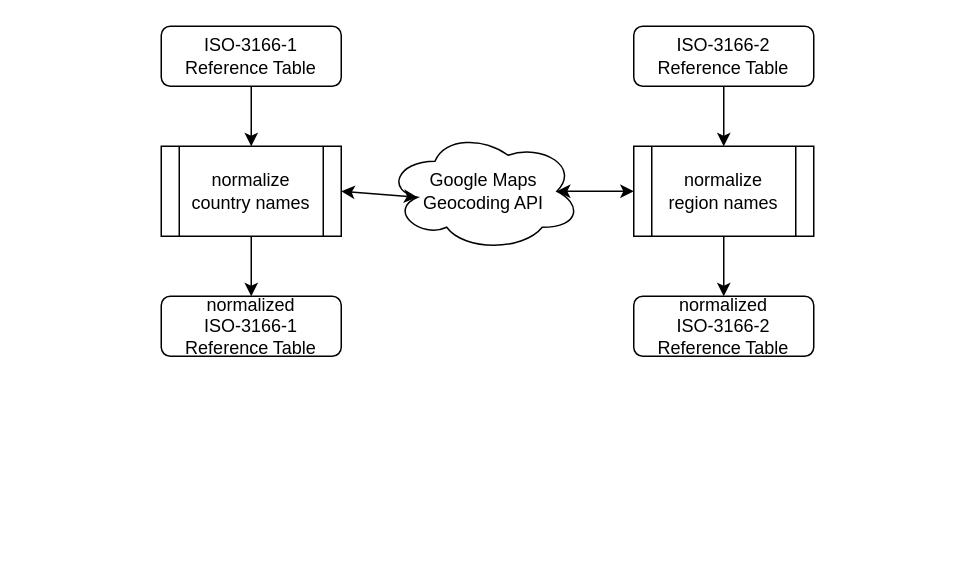
Earlier version of the draw.io diagram drawings/geocode_normalize.drawio (p-friedl/dataeng-capstone). Source tidied: cells renumbered, new cells numbered last; positions are measured from the earlier drawing's top-left corner, leaving out a move shared by most shapes. Both pictures are drawn from the tidied source at 150%, with x=0, y=0 at pixel (160, 26).
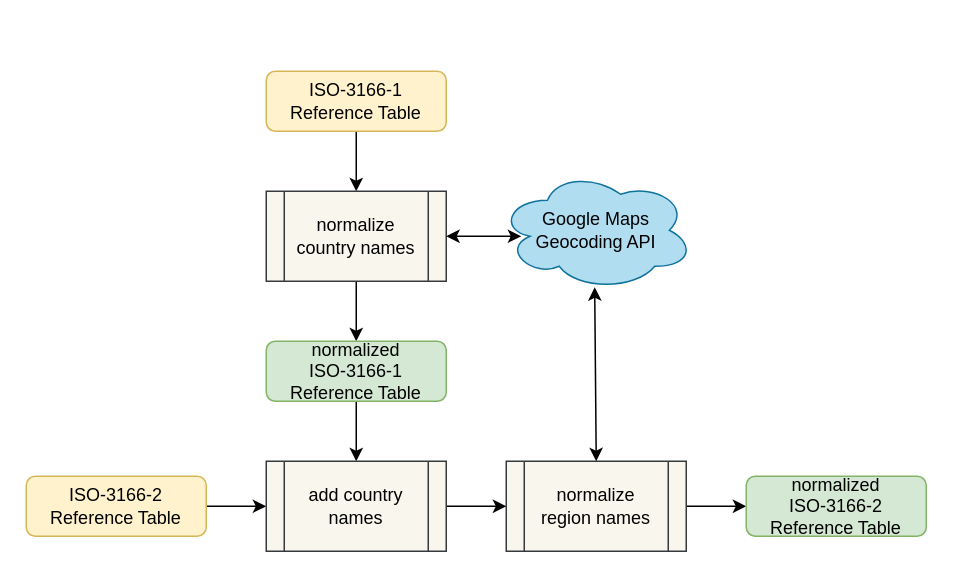
After the change.

What changed in the source:
```diff
@@
 <mxGraphModel>
   <root>
     <mxCell id="0" />
     <mxCell id="1" parent="0" />
     <mxCell id="2" style="edgeStyle=orthogonalEdgeStyle;rounded=0;jettySize=auto;html=1;exitX=0.5;exitY=1;exitDx=0;exitDy=0;entryX=0.5;entryY=0;entryDx=0;entryDy=0;" parent="1" edge="1" source="3" target="7">
       <mxGeometry relative="1" as="geometry" />
     </mxCell>
-    <mxCell id="3" value="ISO-3166-1 &lt;br&gt;Reference Table" style="rounded=1;whiteSpace=wrap;html=1;fontSize=12;glass=0;strokeWidth=1;shadow=0;" parent="1" vertex="1">
-      <mxGeometry width="120" height="40" as="geometry" />
+    <mxCell id="3" value="ISO-3166-1 &lt;br&gt;Reference Table" style="rounded=1;whiteSpace=wrap;html=1;fontSize=12;glass=0;strokeWidth=1;shadow=0;fillColor=#fff2cc;strokeColor=#d6b656;" parent="1" vertex="1">
+      <mxGeometry x="70" y="30" width="120" height="40" as="geometry" />
     </mxCell>
-    <mxCell id="4" style="edgeStyle=orthogonalEdgeStyle;rounded=0;jettySize=auto;html=1;exitX=0.5;exitY=1;exitDx=0;exitDy=0;entryX=0.5;entryY=0;entryDx=0;entryDy=0;" parent="1" edge="1" source="5" target="9">
-      <mxGeometry relative="1" as="geometry" />
-    </mxCell>
+    <mxCell id="15" style="edgeStyle=orthogonalEdgeStyle;rounded=0;jettySize=auto;html=1;" parent="1" edge="1" source="5" target="18">
+      <mxGeometry relative="1" as="geometry" />
+    </mxCell>
-    <mxCell id="5" value="ISO-3166-2 &lt;br&gt;Reference Table" style="rounded=1;whiteSpace=wrap;html=1;fontSize=12;glass=0;strokeWidth=1;shadow=0;" parent="1" vertex="1">
-      <mxGeometry x="315" width="120" height="40" as="geometry" />
+    <mxCell id="5" value="ISO-3166-2 &lt;br&gt;Reference Table" style="rounded=1;whiteSpace=wrap;html=1;fontSize=12;glass=0;strokeWidth=1;shadow=0;fillColor=#fff2cc;strokeColor=#d6b656;" parent="1" vertex="1">
+      <mxGeometry x="-90" y="300" width="120" height="40" as="geometry" />
     </mxCell>
     <mxCell id="6" style="edgeStyle=orthogonalEdgeStyle;rounded=0;jettySize=auto;html=1;exitX=0.5;exitY=1;exitDx=0;exitDy=0;entryX=0.5;entryY=0;entryDx=0;entryDy=0;" parent="1" edge="1" source="7" target="10">
       <mxGeometry relative="1" as="geometry" />
     </mxCell>
-    <mxCell id="7" value="normalize&lt;br&gt;country names" style="shape=process;whiteSpace=wrap;html=1;backgroundOutline=1;" parent="1" vertex="1">
-      <mxGeometry y="80" width="120" height="60" as="geometry" />
+    <mxCell id="7" value="normalize&lt;br&gt;country names" style="shape=process;whiteSpace=wrap;html=1;backgroundOutline=1;fillColor=#f9f7ed;strokeColor=#36393d;" parent="1" vertex="1">
+      <mxGeometry x="70" y="110" width="120" height="60" as="geometry" />
     </mxCell>
-    <mxCell id="8" style="edgeStyle=orthogonalEdgeStyle;rounded=0;jettySize=auto;html=1;exitX=0.5;exitY=1;exitDx=0;exitDy=0;entryX=0.5;entryY=0;entryDx=0;entryDy=0;" parent="1" edge="1" source="9" target="11">
+    <mxCell id="8" style="edgeStyle=orthogonalEdgeStyle;rounded=0;jettySize=auto;html=1;entryX=0;entryY=0.5;entryDx=0;entryDy=0;exitX=1;exitY=0.5;exitDx=0;exitDy=0;" parent="1" edge="1" source="9" target="11">
       <mxGeometry relative="1" as="geometry" />
     </mxCell>
-    <mxCell id="9" value="normalize&lt;br&gt;region names" style="shape=process;whiteSpace=wrap;html=1;backgroundOutline=1;" parent="1" vertex="1">
-      <mxGeometry x="315" y="80" width="120" height="60" as="geometry" />
+    <mxCell id="9" value="normalize&lt;br&gt;region names" style="shape=process;whiteSpace=wrap;html=1;backgroundOutline=1;fillColor=#f9f7ed;strokeColor=#36393d;" parent="1" vertex="1">
+      <mxGeometry x="230" y="290" width="120" height="60" as="geometry" />
     </mxCell>
+    <mxCell id="16" style="edgeStyle=orthogonalEdgeStyle;rounded=0;jettySize=auto;html=1;" parent="1" edge="1" source="10" target="18">
+      <mxGeometry relative="1" as="geometry" />
+    </mxCell>
-    <mxCell id="10" value="normalized&lt;br&gt;ISO-3166-1 &lt;br&gt;Reference Table" style="rounded=1;whiteSpace=wrap;html=1;fontSize=12;glass=0;strokeWidth=1;shadow=0;" parent="1" vertex="1">
-      <mxGeometry y="180" width="120" height="40" as="geometry" />
+    <mxCell id="10" value="normalized&lt;br&gt;ISO-3166-1 &lt;br&gt;Reference Table" style="rounded=1;whiteSpace=wrap;html=1;fontSize=12;glass=0;strokeWidth=1;shadow=0;fillColor=#d5e8d4;strokeColor=#82b366;" parent="1" vertex="1">
+      <mxGeometry x="70" y="210" width="120" height="40" as="geometry" />
     </mxCell>
-    <mxCell id="11" value="normalized&lt;br&gt;ISO-3166-2 &lt;br&gt;Reference Table" style="rounded=1;whiteSpace=wrap;html=1;fontSize=12;glass=0;strokeWidth=1;shadow=0;" parent="1" vertex="1">
-      <mxGeometry x="315" y="180" width="120" height="40" as="geometry" />
+    <mxCell id="11" value="normalized&lt;br&gt;ISO-3166-2 &lt;br&gt;Reference Table" style="rounded=1;whiteSpace=wrap;html=1;fontSize=12;glass=0;strokeWidth=1;shadow=0;fillColor=#d5e8d4;strokeColor=#82b366;" parent="1" vertex="1">
+      <mxGeometry x="390" y="300" width="120" height="40" as="geometry" />
     </mxCell>
-    <mxCell id="12" value="Google Maps&lt;br&gt;Geocoding API" style="ellipse;shape=cloud;whiteSpace=wrap;html=1;" parent="1" vertex="1">
-      <mxGeometry x="150" y="70" width="130" height="80" as="geometry" />
+    <mxCell id="12" value="Google Maps&lt;br&gt;Geocoding API" style="ellipse;shape=cloud;whiteSpace=wrap;html=1;fillColor=#b1ddf0;strokeColor=#10739e;" parent="1" vertex="1">
+      <mxGeometry x="225" y="96" width="130" height="80" as="geometry" />
     </mxCell>
-    <mxCell id="13" style="endArrow=classic;startArrow=classic;html=1;entryX=0.16;entryY=0.55;entryDx=0;entryDy=0;entryPerimeter=0;exitX=1;exitY=0.5;exitDx=0;exitDy=0;" parent="1" edge="1" source="7" target="12">
-      <mxGeometry relative="1" as="geometry" />
+    <mxCell id="13" style="endArrow=classic;startArrow=classic;html=1;exitX=1;exitY=0.5;exitDx=0;exitDy=0;" parent="1" edge="1" source="7">
+      <mxGeometry relative="1" as="geometry">
+        <mxPoint x="240" y="140" as="targetPoint" />
+      </mxGeometry>
     </mxCell>
-    <mxCell id="14" style="endArrow=classic;startArrow=classic;html=1;exitX=0.875;exitY=0.5;exitDx=0;exitDy=0;exitPerimeter=0;entryX=0;entryY=0.5;entryDx=0;entryDy=0;" parent="1" edge="1" source="12" target="9">
-      <mxGeometry relative="1" as="geometry" />
-    </mxCell>
+    <mxCell id="17" style="edgeStyle=orthogonalEdgeStyle;rounded=0;jettySize=auto;html=1;" parent="1" edge="1" source="18" target="9">
+      <mxGeometry relative="1" as="geometry" />
+    </mxCell>
+    <mxCell id="18" value="add country names" style="shape=process;whiteSpace=wrap;html=1;backgroundOutline=1;fillColor=#f9f7ed;strokeColor=#36393d;" parent="1" vertex="1">
+      <mxGeometry x="70" y="290" width="120" height="60" as="geometry" />
+    </mxCell>
+    <mxCell id="19" style="endArrow=classic;startArrow=classic;html=1;exitX=0.5;exitY=0;exitDx=0;exitDy=0;entryX=0.492;entryY=0.975;entryDx=0;entryDy=0;entryPerimeter=0;" parent="1" edge="1" source="9" target="12">
+      <mxGeometry relative="1" as="geometry" />
+    </mxCell>
   </root>
 </mxGraphModel>
```
